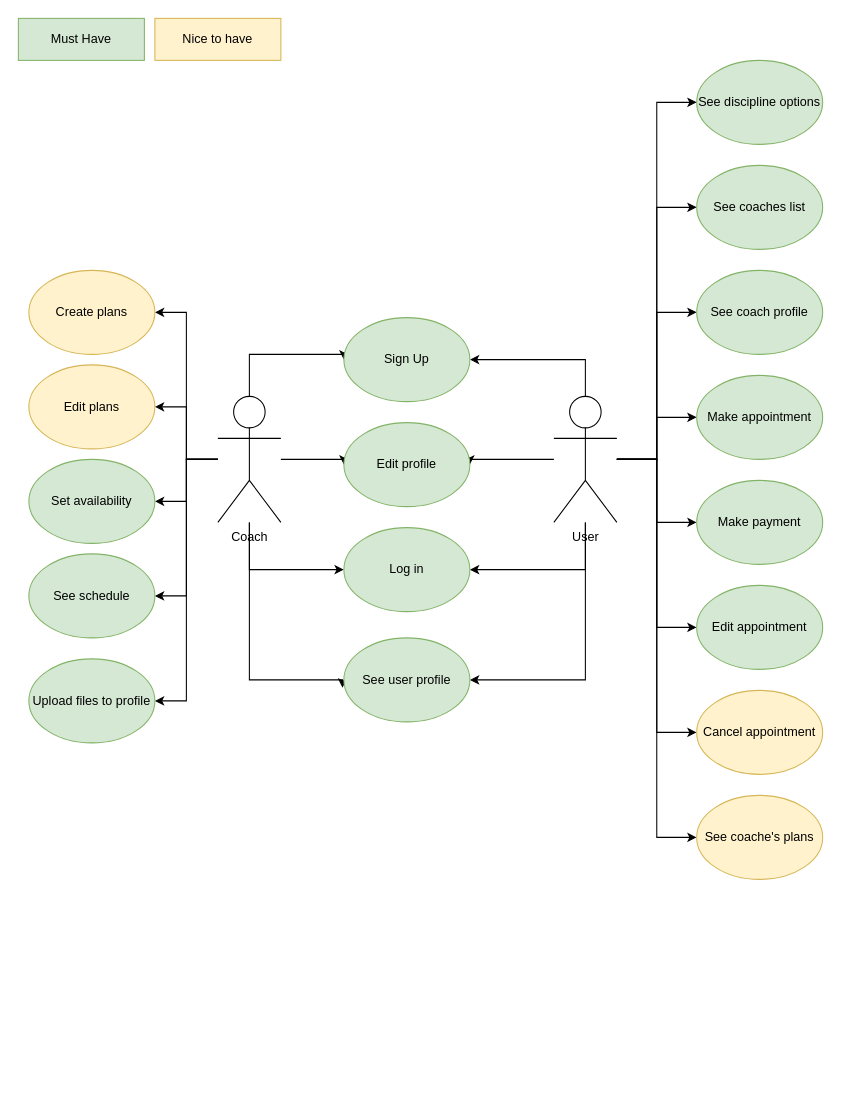
saradvr/MakeItReal-test-1 keeps this draw.io diagram as TOP-V8.drawio. Above is the earlier version. Source tidied: cells renumbered, new cells numbered last; positions are measured from the earlier drawing's top-left corner, leaving out a move shared by most shapes. Both pictures are drawn from the tidied source at 105%, with x=0, y=0 at pixel (18, 18).
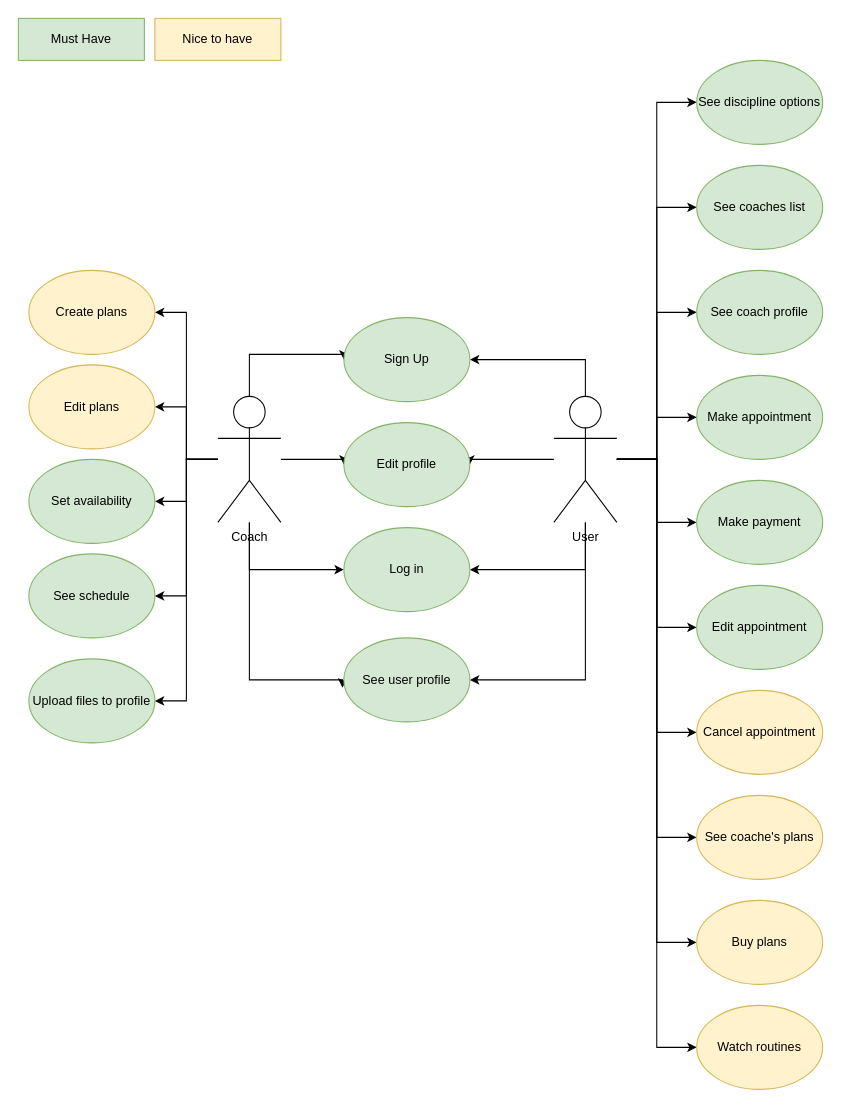
Above is the later version.

Unchanged cells that the change refers to:
```xml
<mxCell id="24" value="User" style="shape=umlActor;verticalLabelPosition=bottom;verticalAlign=top;html=1;outlineConnect=0;" parent="1" vertex="1">
  <mxGeometry x="510" y="360" width="60" height="120" as="geometry" />
</mxCell>
```

The edit, as a diff of the source:
```diff
@@
+    <mxCell id="44" style="edgeStyle=orthogonalEdgeStyle;rounded=0;jettySize=auto;html=1;entryX=0;entryY=0.5;entryDx=0;entryDy=0;" parent="1" edge="1" source="24" target="46">
+      <mxGeometry relative="1" as="geometry" />
+    </mxCell>
+    <mxCell id="45" style="edgeStyle=orthogonalEdgeStyle;rounded=0;jettySize=auto;html=1;entryX=0;entryY=0.5;entryDx=0;entryDy=0;" parent="1" edge="1" source="24" target="47">
+      <mxGeometry relative="1" as="geometry" />
+    </mxCell>
@@
+    <mxCell id="46" value="Buy plans" style="ellipse;whiteSpace=wrap;html=1;fillColor=#fff2cc;strokeColor=#d6b656;" parent="1" vertex="1">
+      <mxGeometry x="646" y="840" width="120" height="80" as="geometry" />
+    </mxCell>
+    <mxCell id="47" value="Watch routines" style="ellipse;whiteSpace=wrap;html=1;fillColor=#fff2cc;strokeColor=#d6b656;" parent="1" vertex="1">
+      <mxGeometry x="646" y="940" width="120" height="80" as="geometry" />
+    </mxCell>
```
